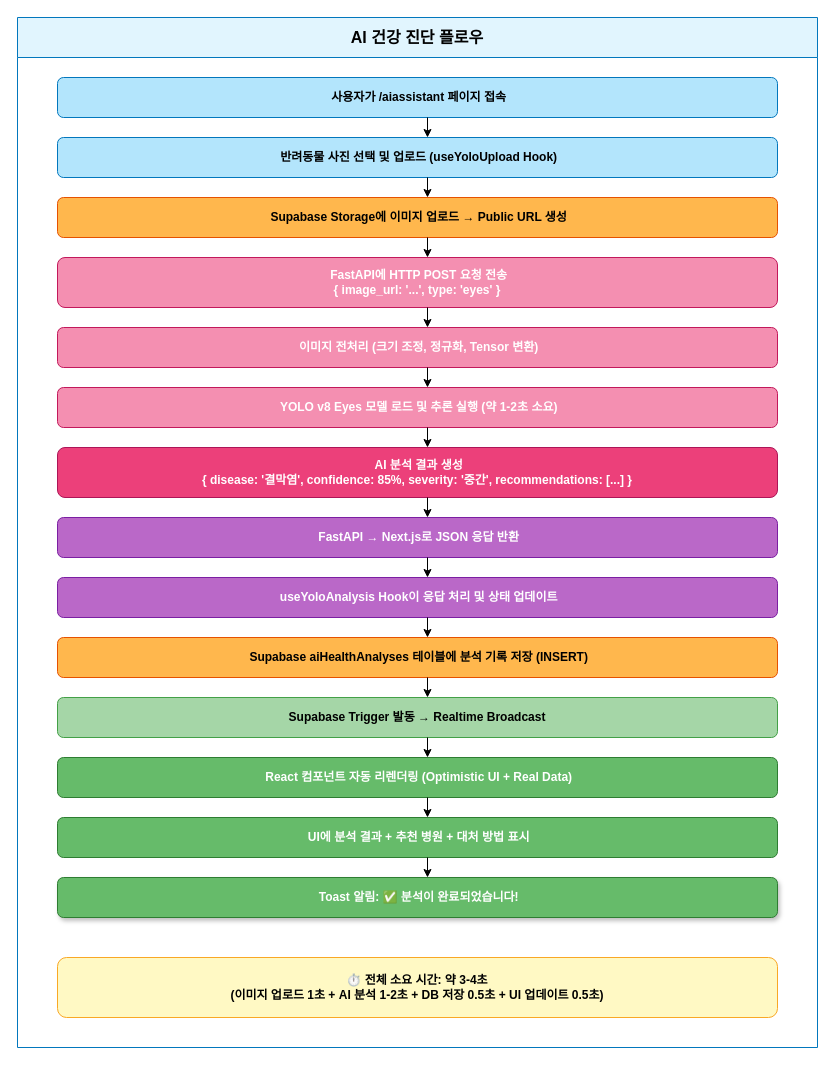
The draw.io diagram _draw.io아키텍쳐흐름도/AI건강진단플로우.drawio in LYSS-LGU/wh07-3rd-Fetpal, before the edit. Source tidied: cells renumbered, new cells numbered last; positions are measured from the earlier drawing's top-left corner, leaving out a move shared by most shapes. Both pictures are drawn from the tidied source at 100%, with x=0, y=0 at pixel (17, 17).
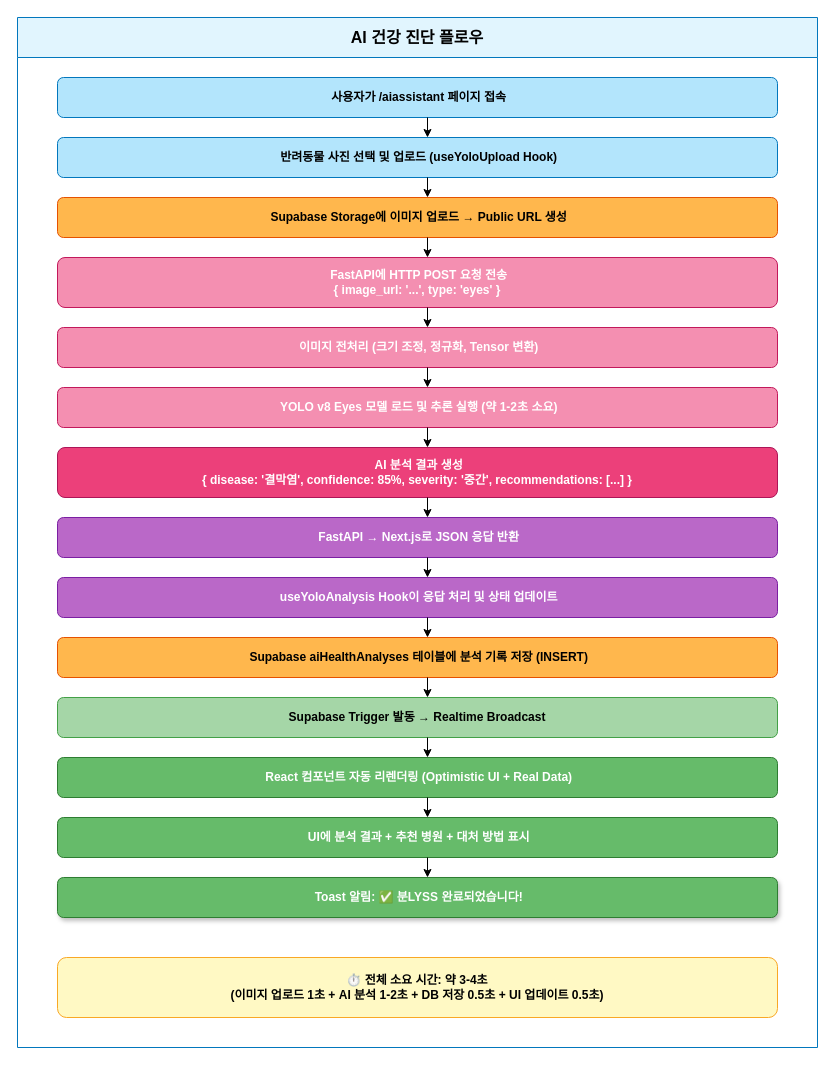
After the change.

Unchanged cells that the change refers to:
```xml
<mxCell id="2" value="AI 건강 진단 플로우" style="swimlane;whiteSpace=wrap;html=1;fillColor=#E1F5FE;strokeColor=#0277BD;fontSize=16;fontStyle=1;startSize=40;" parent="1" vertex="1">
  <mxGeometry width="800" height="1030" as="geometry" />
</mxCell>
```

The edit, as a diff of the source:
```diff
@@
-    <mxCell id="16" value="&amp;nbsp;Toast 알림: ✅ 분석이 완료되었습니다!" style="rounded=1;whiteSpace=wrap;html=1;fillColor=#66BB6A;strokeColor=#2E7D32;fontColor=#FFFFFF;fontSize=12;fontStyle=1;shadow=1;" parent="2" vertex="1">
+    <mxCell id="16" value="&amp;nbsp;Toast 알림: ✅ 분LYSS 완료되었습니다!" style="rounded=1;whiteSpace=wrap;html=1;fillColor=#66BB6A;strokeColor=#2E7D32;fontColor=#FFFFFF;fontSize=12;fontStyle=1;shadow=1;" parent="2" vertex="1">
       <mxGeometry x="40" y="860" width="720" height="40" as="geometry" />
     </mxCell>
```
